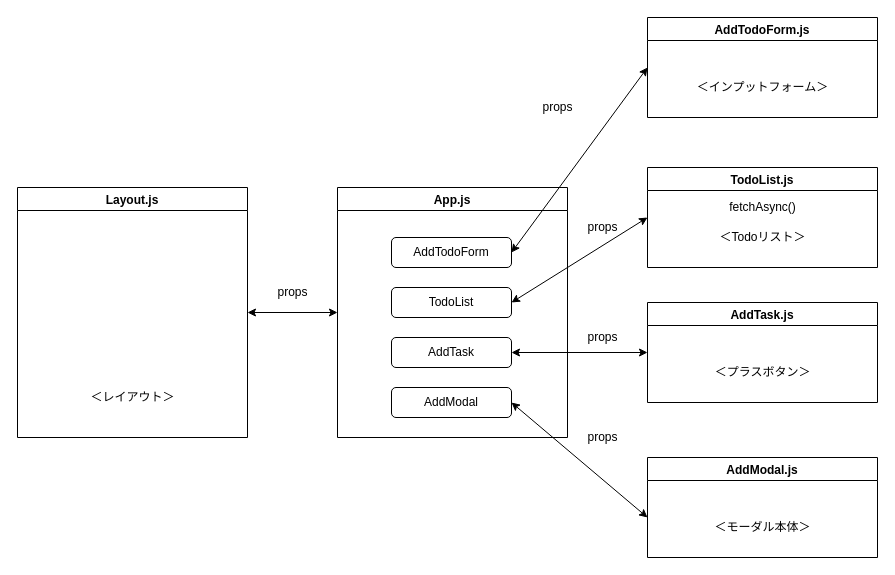
Above: Untitled Diagram.drawio in Seiju-m/tasukan (draw.io), before the change. Source tidied: cells renumbered, new cells numbered last; positions are measured from the earlier drawing's top-left corner, leaving out a move shared by most shapes. Both pictures are drawn from the tidied source at 100%, with x=0, y=0 at pixel (17, 17).
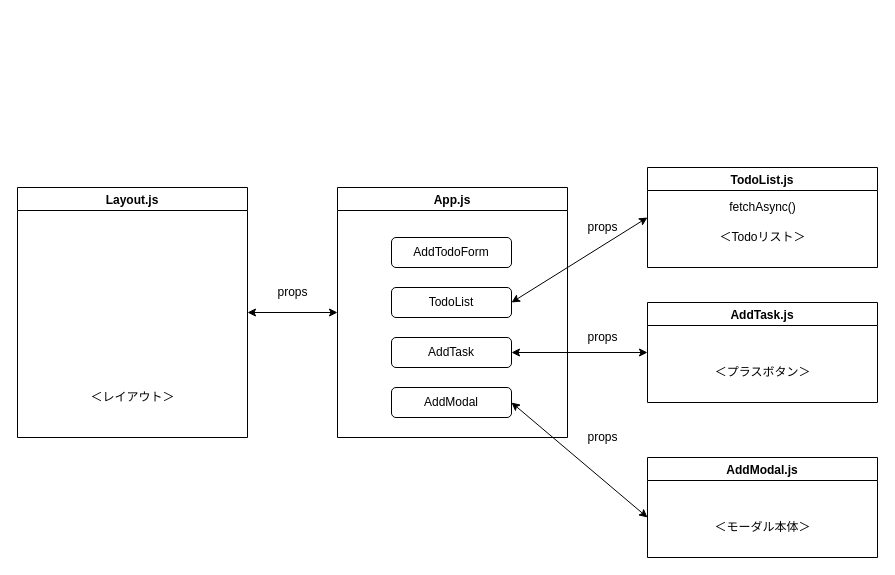
Above is the later version.

The change refers to these unchanged cells:
```xml
<mxCell id="3" value="AddTodoForm" style="rounded=1;whiteSpace=wrap;html=1;" parent="2" vertex="1">
  <mxGeometry x="54" y="50" width="120" height="30" as="geometry" />
</mxCell>
```

Diff of the diagram source:
```diff
@@
-    <mxCell id="7" value="AddTodoForm.js" style="swimlane;startSize=23;" parent="1" vertex="1">
-      <mxGeometry x="630" width="230" height="100" as="geometry" />
-    </mxCell>
-    <mxCell id="8" value="＜インプットフォーム＞" style="text;html=1;align=center;verticalAlign=middle;strokeColor=none;fillColor=none;" parent="7" vertex="1">
-      <mxGeometry x="40" y="60" width="150" height="20" as="geometry" />
-    </mxCell>
-    <mxCell id="9" style="endArrow=classic;startArrow=classic;html=1;exitX=1;exitY=0.5;exitDx=0;exitDy=0;" parent="1" edge="1" source="3">
-      <mxGeometry relative="1" as="geometry">
-        <mxPoint x="630" y="50" as="targetPoint" />
-      </mxGeometry>
-    </mxCell>
-    <mxCell id="10" value="props" style="text;html=1;align=center;verticalAlign=middle;strokeColor=none;fillColor=none;" parent="1" vertex="1">
-      <mxGeometry x="515" y="80" width="50" height="20" as="geometry" />
-    </mxCell>
```
